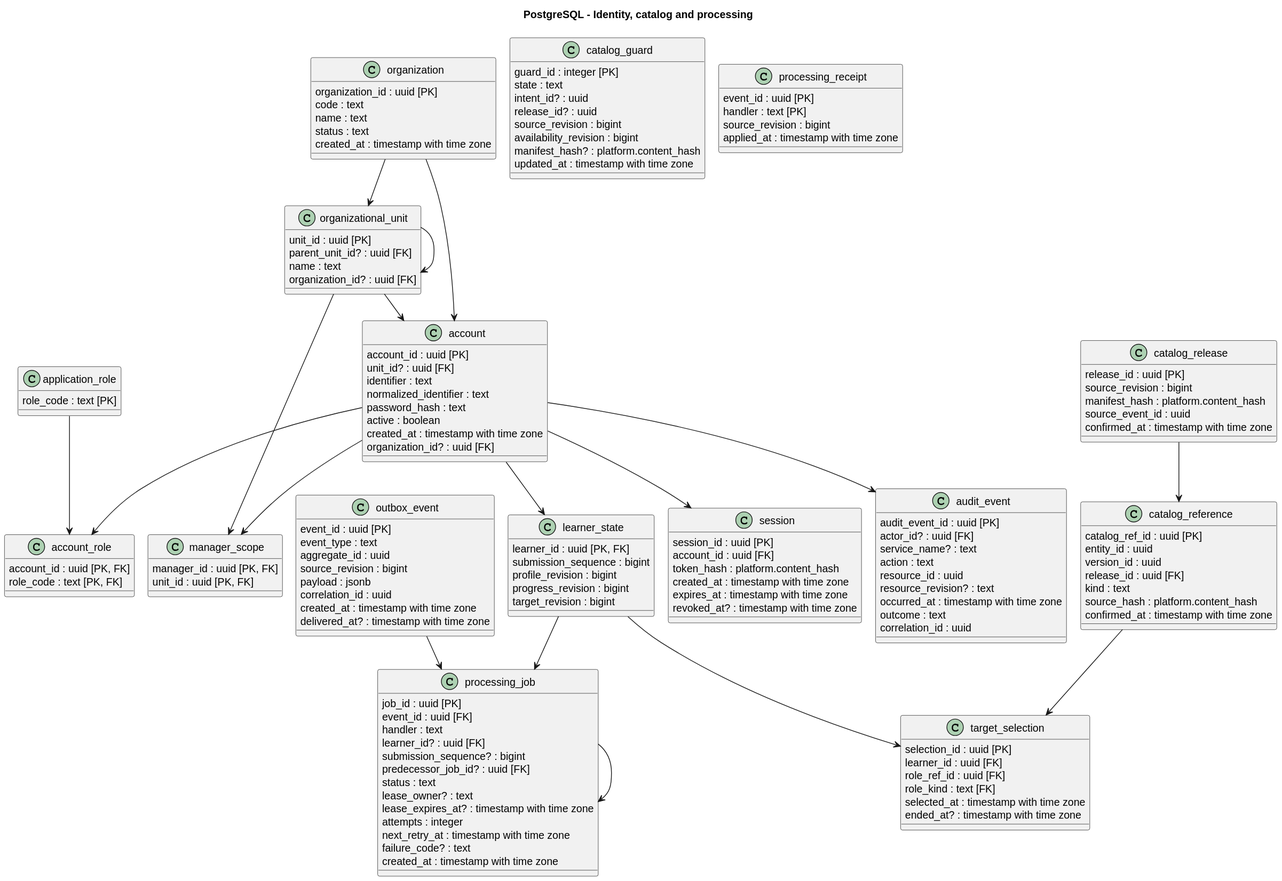
Earlier version of the PlantUML export documents/diagrams/postgresql.svg (SEP490-Fall-2026-GFA26SE64/SEP490).
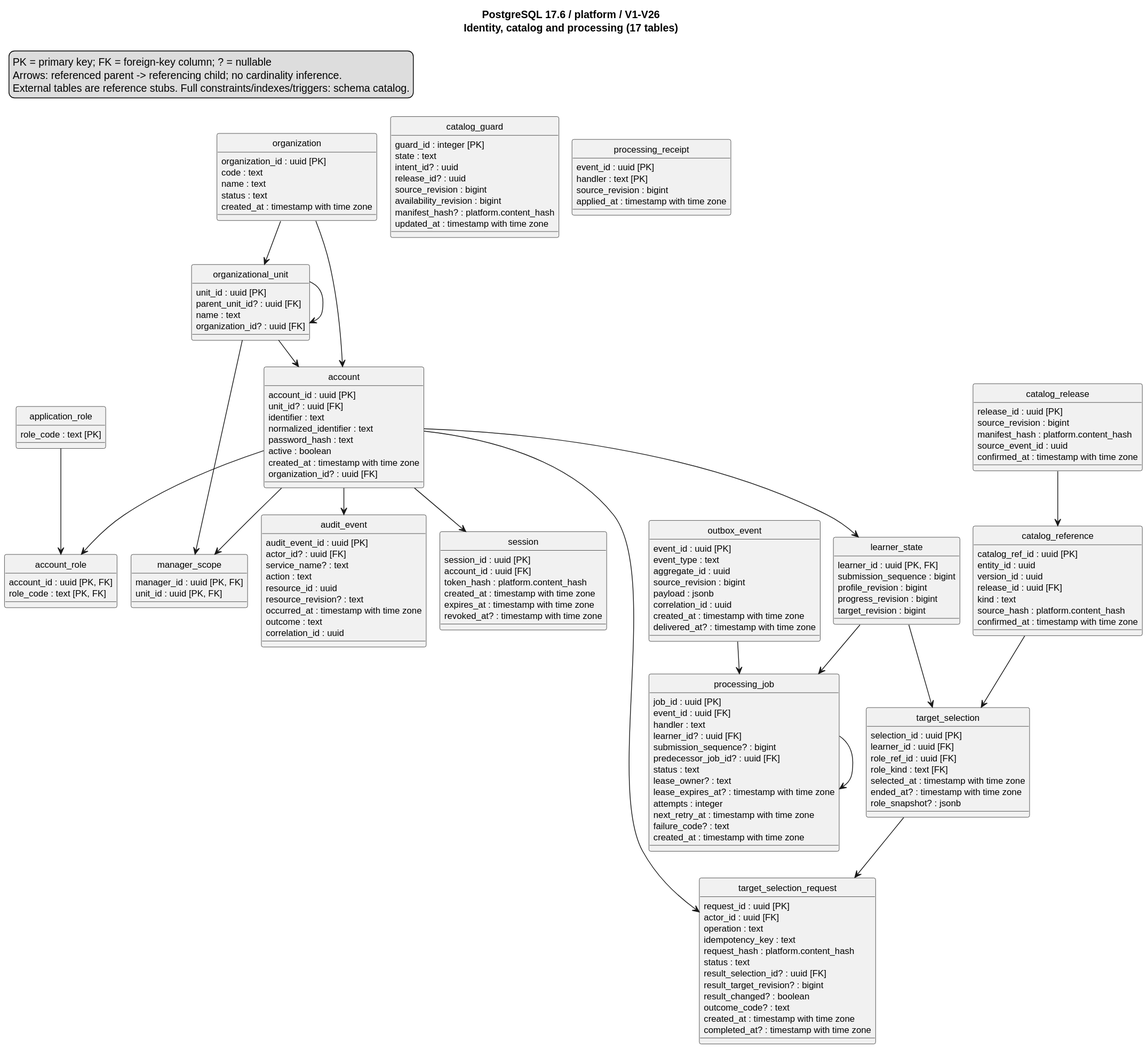
The same file after the commit.

The edit, as a diff of the source:
```diff
@@ -2,137 +2,162 @@
 !pragma layout smetana
 top to bottom direction
 skinparam shadowing false
-title PostgreSQL - Identity, catalog and processing
+hide circle
+skinparam classAttributeIconSize 0
+skinparam defaultFontName SansSerif
+skinparam defaultFontSize 12
+title PostgreSQL 17.6 / platform / V1-V26\nIdentity, catalog and processing (17 tables)
+legend top left
+PK = primary key; FK = foreign-key column; ? = nullable
+Arrows: referenced parent -> referencing child; no cardinality inference.
+External tables are reference stubs. Full constraints/indexes/triggers: schema catalog.
+endlegend
 class organization {
-    organization_id : uuid [PK]
-    code : text
-    name : text
-    status : text
-    created_at : timestamp with time zone
+  organization_id : uuid [PK]
+  code : text
+  name : text
+  status : text
+  created_at : timestamp with time zone
 }
 class organizational_unit {
-    unit_id : uuid [PK]
-    parent_unit_id? : uuid [FK]
-    name : text
-    organization_id? : uuid [FK]
+  unit_id : uuid [PK]
+  parent_unit_id? : uuid [FK]
+  name : text
+  organization_id? : uuid [FK]
 }
 class account {
-    account_id : uuid [PK]
-    unit_id? : uuid [FK]
-    identifier : text
-    normalized_identifier : text
-    password_hash : text
-    active : boolean
-    created_at : timestamp with time zone
-    organization_id? : uuid [FK]
+  account_id : uuid [PK]
+  unit_id? : uuid [FK]
+  identifier : text
+  normalized_identifier : text
+  password_hash : text
+  active : boolean
+  created_at : timestamp with time zone
+  organization_id? : uuid [FK]
 }
 class application_role {
-    role_code : text [PK]
+  role_code : text [PK]
 }
 class account_role {
-    account_id : uuid [PK, FK]
-    role_code : text [PK, FK]
+  account_id : uuid [PK, FK]
+  role_code : text [PK, FK]
 }
 class manager_scope {
-    manager_id : uuid [PK, FK]
-    unit_id : uuid [PK, FK]
+  manager_id : uuid [PK, FK]
+  unit_id : uuid [PK, FK]
 }
 class session {
-    session_id : uuid [PK]
-    account_id : uuid [FK]
-    token_hash : platform.content_hash
-    created_at : timestamp with time zone
-    expires_at : timestamp with time zone
-    revoked_at? : timestamp with time zone
+  session_id : uuid [PK]
+  account_id : uuid [FK]
+  token_hash : platform.content_hash
+  created_at : timestamp with time zone
+  expires_at : timestamp with time zone
+  revoked_at? : timestamp with time zone
 }
 class learner_state {
-    learner_id : uuid [PK, FK]
-    submission_sequence : bigint
-    profile_revision : bigint
-    progress_revision : bigint
-    target_revision : bigint
+  learner_id : uuid [PK, FK]
+  submission_sequence : bigint
+  profile_revision : bigint
+  progress_revision : bigint
+  target_revision : bigint
 }
 class catalog_guard {
-    guard_id : integer [PK]
-    state : text
-    intent_id? : uuid
-    release_id? : uuid
-    source_revision : bigint
-    availability_revision : bigint
-    manifest_hash? : platform.content_hash
-    updated_at : timestamp with time zone
+  guard_id : integer [PK]
+  state : text
+  intent_id? : uuid
+  release_id? : uuid
+  source_revision : bigint
+  availability_revision : bigint
+  manifest_hash? : platform.content_hash
+  updated_at : timestamp with time zone
 }
 class catalog_release {
-    release_id : uuid [PK]
-    source_revision : bigint
-    manifest_hash : platform.content_hash
-    source_event_id : uuid
-    confirmed_at : timestamp with time zone
+  release_id : uuid [PK]
+  source_revision : bigint
+  manifest_hash : platform.content_hash
+  source_event_id : uuid
+  confirmed_at : timestamp with time zone
 }
 class catalog_reference {
-    catalog_ref_id : uuid [PK]
-    entity_id : uuid
-    version_id : uuid
-    release_id : uuid [FK]
-    kind : text
-    source_hash : platform.content_hash
-    confirmed_at : timestamp with time zone
+  catalog_ref_id : uuid [PK]
+  entity_id : uuid
+  version_id : uuid
+  release_id : uuid [FK]
+  kind : text
+  source_hash : platform.content_hash
+  confirmed_at : timestamp with time zone
 }
 class target_selection {
-    selection_id : uuid [PK]
-    learner_id : uuid [FK]
-    role_ref_id : uuid [FK]
-    role_kind : text [FK]
-    selected_at : timestamp with time zone
-    ended_at? : timestamp with time zone
+  selection_id : uuid [PK]
+  learner_id : uuid [FK]
+  role_ref_id : uuid [FK]
+  role_kind : text [FK]
+  selected_at : timestamp with time zone
+  ended_at? : timestamp with time zone
+  role_snapshot? : jsonb
+}
+class target_selection_request {
+  request_id : uuid [PK]
+  actor_id : uuid [FK]
+  operation : text
+  idempotency_key : text
+  request_hash : platform.content_hash
+  status : text
+  result_selection_id? : uuid [FK]
+  result_target_revision? : bigint
+  result_changed? : boolean
+  outcome_code? : text
+  created_at : timestamp with time zone
+  completed_at? : timestamp with time zone
 }
 class outbox_event {
-    event_id : uuid [PK]
-    event_type : text
-    aggregate_id : uuid
-    source_revision : bigint
-    payload : jsonb
-    correlation_id : uuid
-    created_at : timestamp with time zone
-    delivered_at? : timestamp with time zone
+  event_id : uuid [PK]
+  event_type : text
+  aggregate_id : uuid
+  source_revision : bigint
+  payload : jsonb
+  correlation_id : uuid
+  created_at : timestamp with time zone
+  delivered_at? : timestamp with time zone
 }
 class processing_job {
-    job_id : uuid [PK]
-    event_id : uuid [FK]
-    handler : text
-    learner_id? : uuid [FK]
-    submission_sequence? : bigint
-    predecessor_job_id? : uuid [FK]
-    status : text
-    lease_owner? : text
-    lease_expires_at? : timestamp with time zone
-    attempts : integer
-    next_retry_at : timestamp with time zone
-    failure_code? : text
-    created_at : timestamp with time zone
+  job_id : uuid [PK]
+  event_id : uuid [FK]
+  handler : text
+  learner_id? : uuid [FK]
+  submission_sequence? : bigint
+  predecessor_job_id? : uuid [FK]
+  status : text
+  lease_owner? : text
+  lease_expires_at? : timestamp with time zone
+  attempts : integer
+  next_retry_at : timestamp with time zone
+  failure_code? : text
+  created_at : timestamp with time zone
 }
 class processing_receipt {
-    event_id : uuid [PK]
-    handler : text [PK]
-    source_revision : bigint
-    applied_at : timestamp with time zone
+  event_id : uuid [PK]
+  handler : text [PK]
+  source_revision : bigint
+  applied_at : timestamp with time zone
 }
 class audit_event {
-    audit_event_id : uuid [PK]
-    actor_id? : uuid [FK]
-    service_name? : text
-    action : text
-    resource_id : uuid
-    resource_revision? : text
-    occurred_at : timestamp with time zone
-    outcome : text
-    correlation_id : uuid
+  audit_event_id : uuid [PK]
+  actor_id? : uuid [FK]
+  service_name? : text
+  action : text
+  resource_id : uuid
+  resource_revision? : text
+  occurred_at : timestamp with time zone
+  outcome : text
+  correlation_id : uuid
 }
 account --> account_role
 account --> audit_event
 account --> learner_state
 account --> manager_scope
 account --> session
+account --> target_selection_request
 application_role --> account_role
 catalog_reference --> target_selection
 catalog_release --> catalog_reference
@@ -145,4 +170,5 @@
 organizational_unit --> organizational_unit
 outbox_event --> processing_job
 processing_job --> processing_job
+target_selection --> target_selection_request
 @enduml
```
